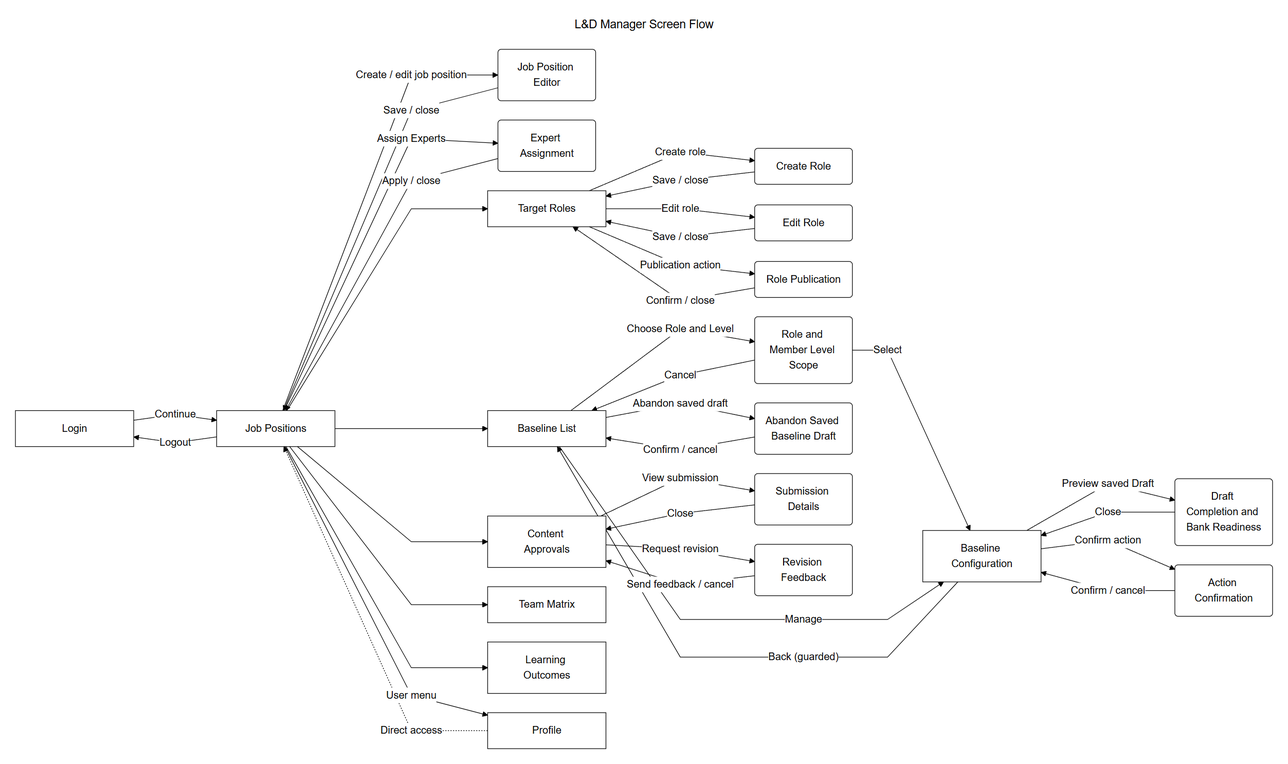
Before: documents/diagrams/mermaid/screen-flow-ld-manager.png, a diagram exported from Mermaid (SEP490-Fall-2026-GFA26SE64/SEP490). Its source is kept beside it as documents/diagrams/mermaid/screen-flow-ld-manager.mmd.
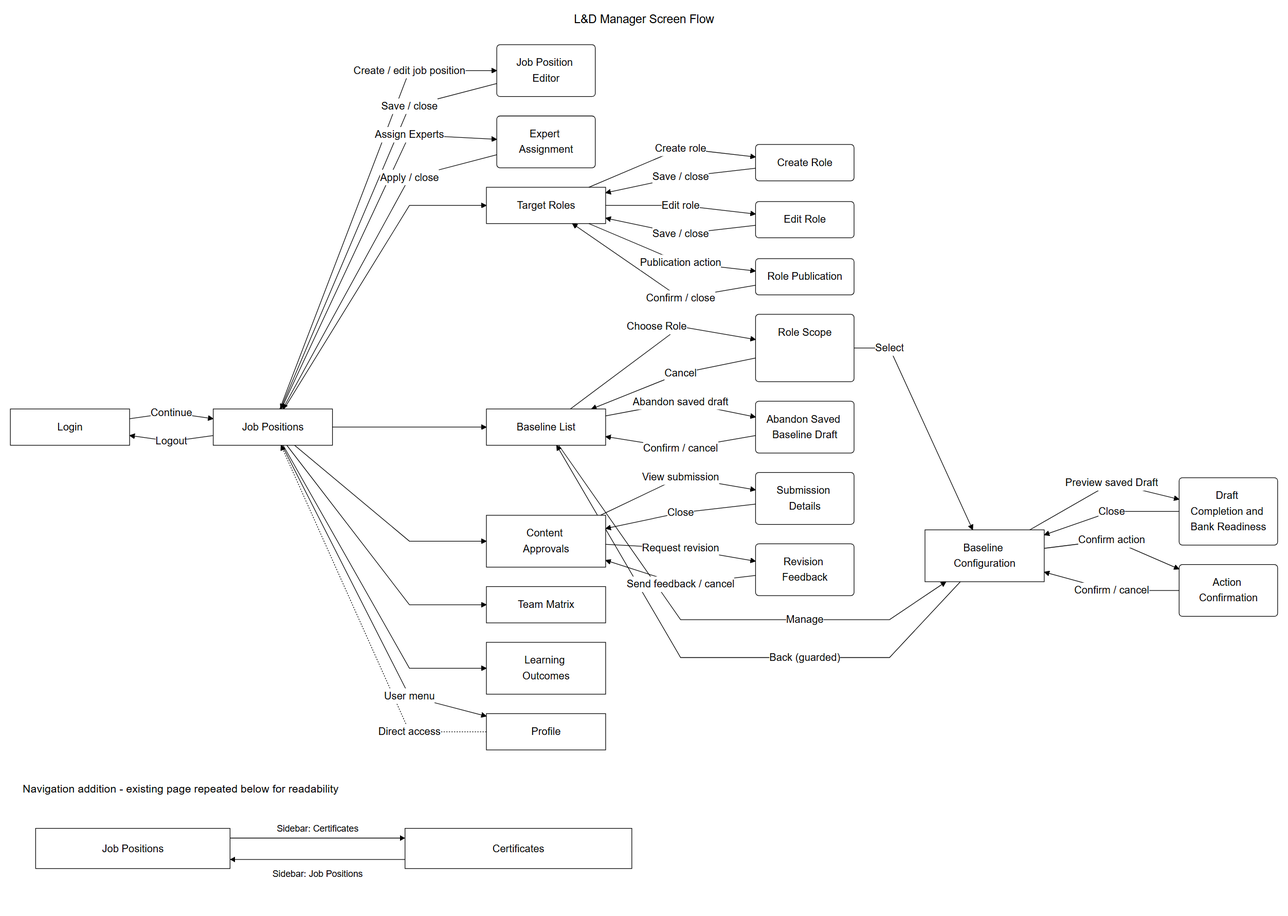
After the commit.

Change to the diagram source:
```diff
@@ -20,7 +20,7 @@
   L_RoleEdit("Edit Role")
   L_Publication("Role Publication")
   L_Baselines["Baseline List"]
-  L_Choose("Role and Member Level Scope")
+  L_Choose("Role Scope")
   L_Disable("Abandon Saved Baseline Draft")
   L_Config["Baseline Configuration"]
   L_Preview("Draft Completion and Bank Readiness")
@@ -31,6 +31,9 @@
   L_Matrix["Team Matrix"]
   L_Outcomes["Learning Outcomes"]
   L_Profile["Profile"]
+  L_Certificates["Certificates"]
+  L_JobPositions -->|"Certificates"| L_Certificates
+  L_Certificates -->|"Sidebar: Job Positions"| L_JobPositions
 
   L_Login -->|"Continue"| L_JobPositions
   L_JobPositions -->|"Create / edit job position"| L_JobPositionForm
@@ -45,7 +48,7 @@
   L_Roles -->|"Publication action"| L_Publication
   L_Publication -->|"Confirm / close"| L_Roles
   L_JobPositions --> L_Baselines
-  L_Baselines -->|"Choose Role and Level"| L_Choose
+  L_Baselines -->|"Choose Role"| L_Choose
   L_Choose -->|"Select"| L_Config
   L_Choose -->|"Cancel"| L_Baselines
   L_Baselines -->|"Manage"| L_Config
```
